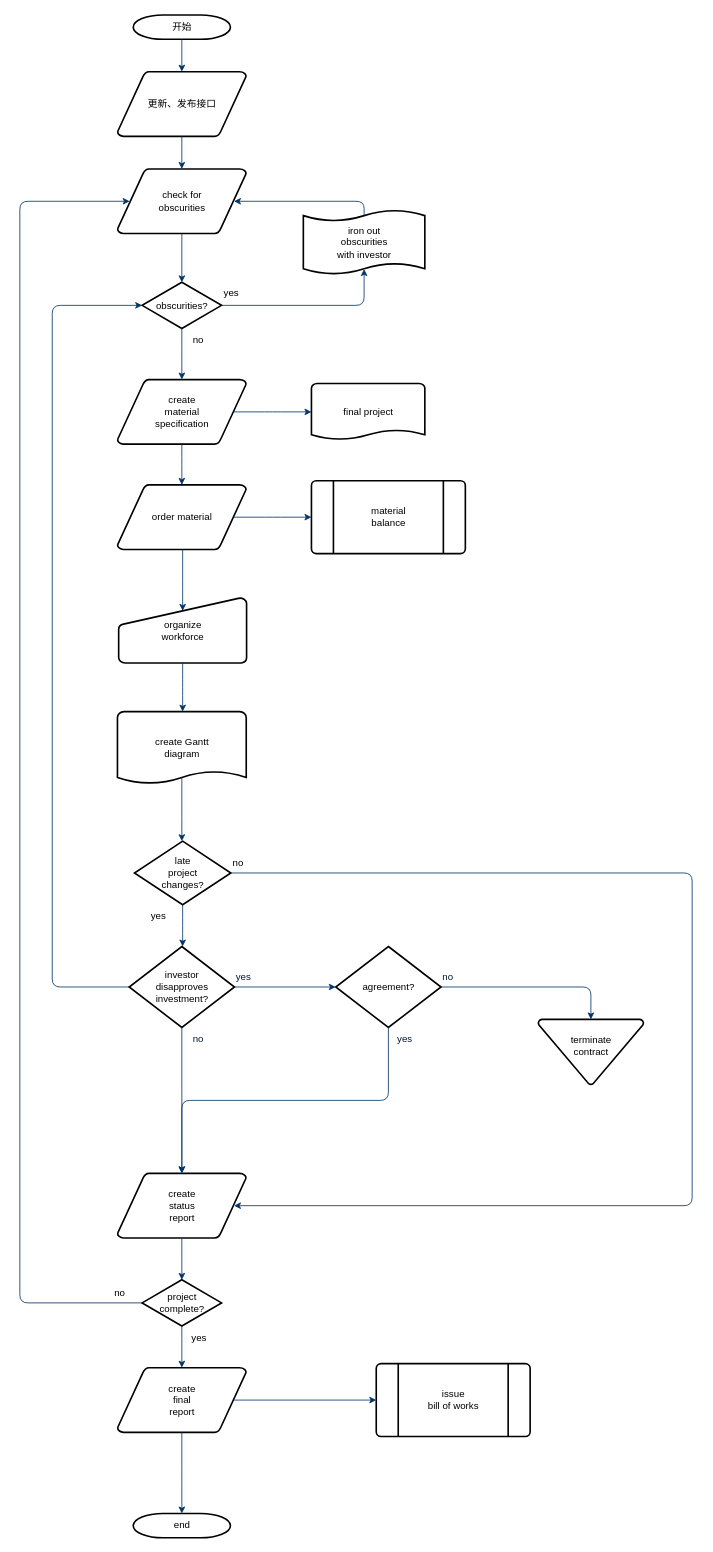
Earlier version of the draw.io diagram 未命名绘图.drawio (flychenming/Book). Source tidied: cells renumbered, new cells numbered last; positions are measured from the earlier drawing's top-left corner, leaving out a move shared by most shapes. Both pictures are drawn from the tidied source at 81%, with x=0, y=0 at pixel (19, 15).
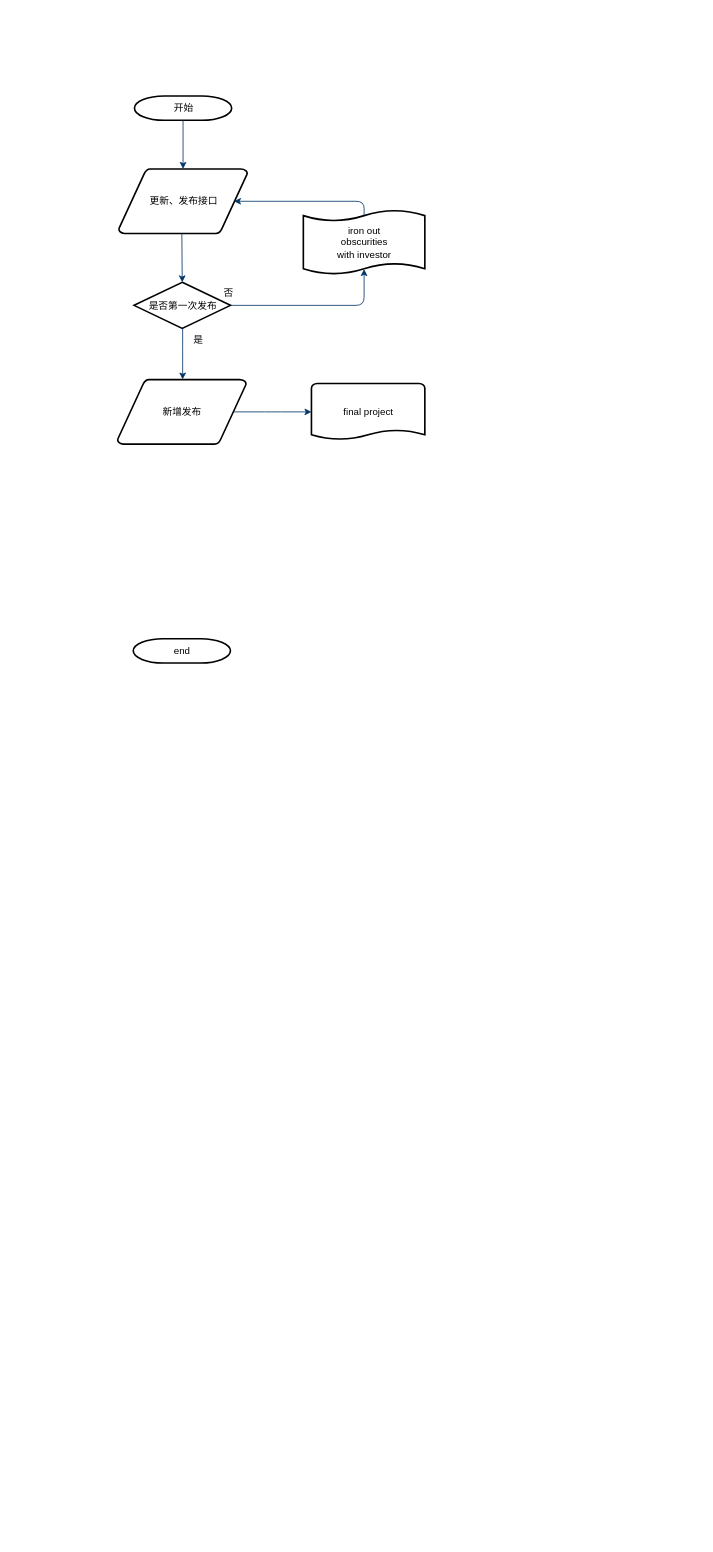
After the change.

Commit message:
更新未命名绘图.drawio

Unchanged cells that the change refers to:
```xml
<mxCell id="51" value="iron out&#10;obscurities &#10;with investor" style="shape=mxgraph.flowchart.paper_tape;strokeWidth=2;gradientColor=none;gradientDirection=north;fontStyle=0;html=1;" parent="1" vertex="1">
  <mxGeometry x="350" y="240" width="150" height="81" as="geometry" />
</mxCell>
```

Change to the diagram source:
```diff
@@
     <mxCell id="2" value="开始" style="shape=mxgraph.flowchart.terminator;strokeWidth=2;gradientColor=none;gradientDirection=north;fontStyle=0;html=1;" parent="1" vertex="1">
-      <mxGeometry x="140" width="120" height="30" as="geometry" />
+      <mxGeometry x="141.5" y="100" width="120" height="30" as="geometry" />
     </mxCell>
     <mxCell id="3" value="更新、发布接口" style="shape=mxgraph.flowchart.data;strokeWidth=2;gradientColor=none;gradientDirection=north;fontStyle=0;html=1;" parent="1" vertex="1">
-      <mxGeometry x="120.5" y="70" width="159" height="80" as="geometry" />
+      <mxGeometry x="122" y="190" width="159" height="80" as="geometry" />
     </mxCell>
-    <mxCell id="4" value="create&#10;material&#10;specification" style="shape=mxgraph.flowchart.data;strokeWidth=2;gradientColor=none;gradientDirection=north;fontStyle=0;html=1;" parent="1" vertex="1">
+    <mxCell id="4" value="新增发布" style="shape=mxgraph.flowchart.data;strokeWidth=2;gradientColor=none;gradientDirection=north;fontStyle=0;html=1;" parent="1" vertex="1">
       <mxGeometry x="120.5" y="450" width="159" height="80" as="geometry" />
     </mxCell>
-    <mxCell id="5" value="check for&#10;obscurities" style="shape=mxgraph.flowchart.data;strokeWidth=2;gradientColor=none;gradientDirection=north;fontStyle=0;html=1;" parent="1" vertex="1">
-      <mxGeometry x="120.5" y="190" width="159" height="80" as="geometry" />
-    </mxCell>
-    <mxCell id="6" value="obscurities?" style="shape=mxgraph.flowchart.decision;strokeWidth=2;gradientColor=none;gradientDirection=north;fontStyle=0;html=1;" parent="1" vertex="1">
-      <mxGeometry x="151" y="330" width="98" height="57" as="geometry" />
+    <mxCell id="6" value="是否第一次发布" style="shape=mxgraph.flowchart.decision;strokeWidth=2;gradientColor=none;gradientDirection=north;fontStyle=0;html=1;" parent="1" vertex="1">
+      <mxGeometry x="141" y="330" width="119" height="57" as="geometry" />
     </mxCell>
@@
-    <mxCell id="8" style="fontStyle=1;strokeColor=#003366;strokeWidth=1;html=1;" parent="1" edge="1" source="3" target="5">
-      <mxGeometry relative="1" as="geometry" />
+    <mxCell id="8" style="fontStyle=1;strokeColor=#003366;strokeWidth=1;html=1;" parent="1" edge="1" source="3">
+      <mxGeometry relative="1" as="geometry">
+        <mxPoint x="200" y="190" as="targetPoint" />
+      </mxGeometry>
     </mxCell>
-    <mxCell id="9" style="entryX=0.5;entryY=0;entryPerimeter=0;fontStyle=1;strokeColor=#003366;strokeWidth=1;html=1;" parent="1" edge="1" source="5" target="6">
-      <mxGeometry relative="1" as="geometry" />
+    <mxCell id="9" style="entryX=0.5;entryY=0;entryPerimeter=0;fontStyle=1;strokeColor=#003366;strokeWidth=1;html=1;" parent="1" edge="1" target="6">
+      <mxGeometry relative="1" as="geometry">
+        <mxPoint x="200" y="270" as="sourcePoint" />
+      </mxGeometry>
     </mxCell>
@@
-    <mxCell id="11" value="yes" style="text;fontStyle=0;html=1;strokeColor=none;gradientColor=none;fillColor=none;strokeWidth=2;" parent="1" vertex="1">
+    <mxCell id="11" value="否" style="text;fontStyle=0;html=1;strokeColor=none;gradientColor=none;fillColor=none;strokeWidth=2;" parent="1" vertex="1">
       <mxGeometry x="250" y="330" width="40" height="26" as="geometry" />
     </mxCell>
@@
-    <mxCell id="13" value="order material" style="shape=mxgraph.flowchart.data;strokeWidth=2;gradientColor=none;gradientDirection=north;fontStyle=0;html=1;" parent="1" vertex="1">
-      <mxGeometry x="120.5" y="580" width="159" height="80" as="geometry" />
-    </mxCell>
-    <mxCell id="14" value="no" style="text;fontStyle=0;html=1;strokeColor=none;gradientColor=none;fillColor=none;strokeWidth=2;align=center;" parent="1" vertex="1">
+    <mxCell id="14" value="是" style="text;fontStyle=0;html=1;strokeColor=none;gradientColor=none;fillColor=none;strokeWidth=2;align=center;" parent="1" vertex="1">
       <mxGeometry x="200" y="387" width="40" height="26" as="geometry" />
     </mxCell>
@@
-    <mxCell id="17" style="edgeStyle=elbowEdgeStyle;elbow=horizontal;fontStyle=1;strokeColor=#003366;strokeWidth=1;html=1;" parent="1" edge="1" source="4" target="13">
-      <mxGeometry as="geometry" />
-    </mxCell>
-    <mxCell id="18" value="material&#10;balance" style="shape=mxgraph.flowchart.predefined_process;strokeWidth=2;gradientColor=none;gradientDirection=north;fontStyle=0;html=1;" parent="1" vertex="1">
-      <mxGeometry x="360" y="575" width="190" height="90" as="geometry" />
-    </mxCell>
-    <mxCell id="19" style="edgeStyle=elbowEdgeStyle;elbow=horizontal;exitX=0.905;exitY=0.5;exitPerimeter=0;fontStyle=1;strokeColor=#003366;strokeWidth=1;html=1;" parent="1" edge="1" source="13" target="18">
-      <mxGeometry as="geometry" />
-    </mxCell>
-    <mxCell id="20" value="organize &#10;workforce" style="shape=mxgraph.flowchart.manual_input;strokeWidth=2;gradientColor=none;gradientDirection=north;fontStyle=0;html=1;" parent="1" vertex="1">
-      <mxGeometry x="122" y="720" width="158" height="80" as="geometry" />
-    </mxCell>
-    <mxCell id="21" style="edgeStyle=elbowEdgeStyle;elbow=horizontal;entryX=0.5;entryY=0.195;entryPerimeter=0;fontStyle=1;strokeColor=#003366;strokeWidth=1;html=1;" parent="1" edge="1" source="13" target="20">
-      <mxGeometry as="geometry" />
-    </mxCell>
-    <mxCell id="22" value="create Gantt&#10;diagram" style="shape=mxgraph.flowchart.document;strokeWidth=2;gradientColor=none;gradientDirection=north;fontStyle=0;html=1;" parent="1" vertex="1">
-      <mxGeometry x="120.5" y="860" width="159" height="90" as="geometry" />
-    </mxCell>
-    <mxCell id="23" style="edgeStyle=elbowEdgeStyle;elbow=horizontal;exitX=0.5;exitY=1;exitPerimeter=0;fontStyle=1;strokeColor=#003366;strokeWidth=1;html=1;" parent="1" edge="1" source="20" target="22">
-      <mxGeometry as="geometry" />
-    </mxCell>
-    <mxCell id="24" value="late&#10;project&#10;changes?" style="shape=mxgraph.flowchart.decision;strokeWidth=2;gradientColor=none;gradientDirection=north;fontStyle=0;html=1;" parent="1" vertex="1">
-      <mxGeometry x="141.5" y="1020" width="119" height="78.5" as="geometry" />
-    </mxCell>
-    <mxCell id="25" style="edgeStyle=elbowEdgeStyle;elbow=horizontal;exitX=0.5;exitY=0.9;exitPerimeter=0;fontStyle=1;strokeColor=#003366;strokeWidth=1;html=1;" parent="1" edge="1" source="22" target="24">
-      <mxGeometry as="geometry" />
-    </mxCell>
-    <mxCell id="26" style="edgeStyle=elbowEdgeStyle;elbow=horizontal;exitX=0;exitY=0.5;exitPerimeter=0;entryX=0;entryY=0.5;entryPerimeter=0;fontStyle=1;strokeColor=#003366;strokeWidth=1;html=1;" parent="1" edge="1" source="28" target="6">
-      <mxGeometry as="geometry">
-        <Array as="points">
-          <mxPoint x="40" y="790" />
-        </Array>
-      </mxGeometry>
-    </mxCell>
-    <mxCell id="27" value="yes" style="text;fontStyle=0;html=1;strokeColor=none;gradientColor=none;fillColor=none;strokeWidth=2;" parent="1" vertex="1">
-      <mxGeometry x="160" y="1098.5" width="40" height="26" as="geometry" />
-    </mxCell>
-    <mxCell id="28" value="investor&#10;disapproves&#10; investment?" style="shape=mxgraph.flowchart.decision;strokeWidth=2;gradientColor=none;gradientDirection=north;fontStyle=0;html=1;" parent="1" vertex="1">
-      <mxGeometry x="135" y="1150" width="130" height="100" as="geometry" />
-    </mxCell>
-    <mxCell id="29" value="agreement?" style="shape=mxgraph.flowchart.decision;strokeWidth=2;gradientColor=none;gradientDirection=north;fontStyle=0;html=1;" parent="1" vertex="1">
-      <mxGeometry x="390" y="1150" width="130" height="100" as="geometry" />
-    </mxCell>
-    <mxCell id="30" style="edgeStyle=elbowEdgeStyle;elbow=horizontal;exitX=0.5;exitY=1;exitPerimeter=0;fontStyle=1;strokeColor=#003366;strokeWidth=1;html=1;" parent="1" edge="1" source="24" target="28">
-      <mxGeometry as="geometry" />
-    </mxCell>
-    <mxCell id="31" style="edgeStyle=elbowEdgeStyle;elbow=horizontal;exitX=1;exitY=0.5;exitPerimeter=0;entryX=0;entryY=0.5;entryPerimeter=0;fontStyle=1;strokeColor=#003366;strokeWidth=1;html=1;" parent="1" edge="1" source="28" target="29">
-      <mxGeometry as="geometry" />
-    </mxCell>
-    <mxCell id="32" value="terminate&#10;contract&#10;" style="shape=mxgraph.flowchart.merge_or_storage;strokeWidth=2;gradientColor=none;gradientDirection=north;fontStyle=0;html=1;" parent="1" vertex="1">
-      <mxGeometry x="640" y="1240" width="130" height="80.5" as="geometry" />
-    </mxCell>
-    <mxCell id="33" style="edgeStyle=elbowEdgeStyle;elbow=vertical;exitX=1;exitY=0.5;exitPerimeter=0;entryX=0.5;entryY=0;entryPerimeter=0;fontStyle=1;strokeColor=#003366;strokeWidth=1;html=1;" parent="1" edge="1" source="29" target="32">
-      <mxGeometry as="geometry">
-        <Array as="points">
-          <mxPoint x="620" y="1200" />
-        </Array>
-      </mxGeometry>
-    </mxCell>
-    <mxCell id="34" value="create&#10;status&#10;report" style="shape=mxgraph.flowchart.data;strokeWidth=2;gradientColor=none;gradientDirection=north;fontStyle=0;html=1;" parent="1" vertex="1">
-      <mxGeometry x="120.5" y="1430" width="159" height="80" as="geometry" />
-    </mxCell>
-    <mxCell id="35" style="edgeStyle=elbowEdgeStyle;elbow=vertical;exitX=0.5;exitY=1;exitPerimeter=0;fontColor=#001933;fontStyle=1;strokeColor=#003366;strokeWidth=1;html=1;" parent="1" edge="1" source="28" target="34">
-      <mxGeometry as="geometry" />
-    </mxCell>
-    <mxCell id="36" style="edgeStyle=elbowEdgeStyle;elbow=vertical;exitX=0.5;exitY=1;exitPerimeter=0;entryX=0.5;entryY=0;entryPerimeter=0;fontStyle=1;strokeColor=#003366;strokeWidth=1;html=1;" parent="1" edge="1" source="29" target="34">
-      <mxGeometry as="geometry" />
-    </mxCell>
-    <mxCell id="37" value="project&#10;complete?" style="shape=mxgraph.flowchart.decision;strokeWidth=2;gradientColor=none;gradientDirection=north;fontStyle=0;html=1;" parent="1" vertex="1">
-      <mxGeometry x="151" y="1561.5" width="98" height="57" as="geometry" />
-    </mxCell>
-    <mxCell id="38" value="create&#10;final&#10;report" style="shape=mxgraph.flowchart.data;strokeWidth=2;gradientColor=none;gradientDirection=north;fontStyle=0;html=1;" parent="1" vertex="1">
-      <mxGeometry x="120.5" y="1670" width="159" height="80" as="geometry" />
-    </mxCell>
-    <mxCell id="39" value="issue&#10;bill of works" style="shape=mxgraph.flowchart.predefined_process;strokeWidth=2;gradientColor=none;gradientDirection=north;fontStyle=0;html=1;" parent="1" vertex="1">
-      <mxGeometry x="440" y="1665" width="190" height="90" as="geometry" />
-    </mxCell>
     <mxCell id="40" value="end" style="shape=mxgraph.flowchart.terminator;strokeWidth=2;gradientColor=none;gradientDirection=north;fontStyle=0;html=1;" parent="1" vertex="1">
-      <mxGeometry x="140" y="1850" width="120" height="30" as="geometry" />
+      <mxGeometry x="140" y="770" width="120" height="30" as="geometry" />
     </mxCell>
-    <mxCell id="41" style="edgeStyle=elbowEdgeStyle;elbow=vertical;exitX=0.5;exitY=1;exitPerimeter=0;entryX=0.5;entryY=0;entryPerimeter=0;fontStyle=1;strokeColor=#003366;strokeWidth=1;html=1;" parent="1" edge="1" source="34" target="37">
-      <mxGeometry as="geometry" />
-    </mxCell>
-    <mxCell id="42" style="edgeStyle=elbowEdgeStyle;elbow=vertical;exitX=0.5;exitY=1;exitPerimeter=0;entryX=0.5;entryY=0;entryPerimeter=0;fontStyle=1;strokeColor=#003366;strokeWidth=1;html=1;" parent="1" edge="1" source="37" target="38">
-      <mxGeometry as="geometry" />
-    </mxCell>
-    <mxCell id="43" style="edgeStyle=elbowEdgeStyle;elbow=vertical;exitX=0.5;exitY=1;exitPerimeter=0;entryX=0.5;entryY=0;entryPerimeter=0;fontStyle=1;strokeColor=#003366;strokeWidth=1;html=1;" parent="1" edge="1" source="38" target="40">
-      <mxGeometry as="geometry" />
-    </mxCell>
-    <mxCell id="44" style="edgeStyle=elbowEdgeStyle;elbow=vertical;exitX=0.905;exitY=0.5;exitPerimeter=0;entryX=0;entryY=0.5;entryPerimeter=0;fontStyle=1;strokeColor=#003366;strokeWidth=1;html=1;" parent="1" edge="1" source="38" target="39">
-      <mxGeometry as="geometry" />
-    </mxCell>
-    <mxCell id="45" style="edgeStyle=elbowEdgeStyle;elbow=horizontal;exitX=1;exitY=0.5;exitPerimeter=0;entryX=0.905;entryY=0.5;entryPerimeter=0;fontStyle=1;strokeColor=#003366;strokeWidth=1;html=1;" parent="1" edge="1" source="24" target="34">
-      <mxGeometry as="geometry">
-        <Array as="points">
-          <mxPoint x="830" y="1260" />
-        </Array>
-      </mxGeometry>
-    </mxCell>
-    <mxCell id="46" value="no" style="text;fontStyle=0;html=1;strokeColor=none;gradientColor=none;fillColor=none;strokeWidth=2;" parent="1" vertex="1">
-      <mxGeometry x="260.5" y="1033.2" width="40" height="26" as="geometry" />
-    </mxCell>
-    <mxCell id="47" value="yes" style="text;fontColor=#001933;fontStyle=0;html=1;strokeColor=none;gradientColor=none;fillColor=none;strokeWidth=2;" parent="1" vertex="1">
-      <mxGeometry x="265" y="1174" width="40" height="26" as="geometry" />
-    </mxCell>
-    <mxCell id="48" value="no" style="text;fontColor=#001933;fontStyle=0;html=1;strokeColor=none;gradientColor=none;fillColor=none;strokeWidth=2;align=center;" parent="1" vertex="1">
-      <mxGeometry x="200" y="1250" width="40" height="26" as="geometry" />
-    </mxCell>
-    <mxCell id="49" value="yes" style="text;fontColor=#001933;fontStyle=0;html=1;strokeColor=none;gradientColor=none;fillColor=none;strokeWidth=2;align=center;" parent="1" vertex="1">
-      <mxGeometry x="455" y="1250" width="40" height="26" as="geometry" />
-    </mxCell>
-    <mxCell id="50" value="no" style="text;fontColor=#001933;fontStyle=0;html=1;strokeColor=none;gradientColor=none;fillColor=none;strokeWidth=2;" parent="1" vertex="1">
-      <mxGeometry x="520" y="1174" width="40" height="26" as="geometry" />
-    </mxCell>
@@
-    <mxCell id="52" style="edgeStyle=elbowEdgeStyle;elbow=horizontal;exitX=0.5;exitY=0.09;exitPerimeter=0;entryX=0.905;entryY=0.5;entryPerimeter=0;fontStyle=1;strokeColor=#003366;strokeWidth=1;html=1;" parent="1" edge="1" source="51" target="5">
+    <mxCell id="52" style="edgeStyle=elbowEdgeStyle;elbow=horizontal;exitX=0.5;exitY=0.09;exitPerimeter=0;entryX=0.905;entryY=0.5;entryPerimeter=0;fontStyle=1;strokeColor=#003366;strokeWidth=1;html=1;" parent="1" edge="1" source="51">
       <mxGeometry as="geometry">
+        <mxPoint x="264.4" y="230" as="targetPoint" />
         <Array as="points">
           <mxPoint x="425" y="240" />
         </Array>
       </mxGeometry>
     </mxCell>
-    <mxCell id="53" value="yes" style="text;fontStyle=0;html=1;strokeColor=none;gradientColor=none;fillColor=none;strokeWidth=2;align=center;" parent="1" vertex="1">
-      <mxGeometry x="201" y="1620" width="40" height="26" as="geometry" />
-    </mxCell>
-    <mxCell id="54" style="edgeStyle=elbowEdgeStyle;elbow=horizontal;exitX=0;exitY=0.5;exitPerimeter=0;entryX=0.095;entryY=0.5;entryPerimeter=0;fontStyle=1;strokeColor=#003366;strokeWidth=1;html=1;" parent="1" edge="1" source="37" target="5">
-      <mxGeometry as="geometry">
-        <Array as="points">
-          <mxPoint y="910" />
-        </Array>
-      </mxGeometry>
-    </mxCell>
-    <mxCell id="55" value="no" style="text;fontStyle=0;html=1;strokeColor=none;gradientColor=none;fillColor=none;strokeWidth=2;" parent="1" vertex="1">
-      <mxGeometry x="115" y="1564" width="40" height="26" as="geometry" />
-    </mxCell>
```
